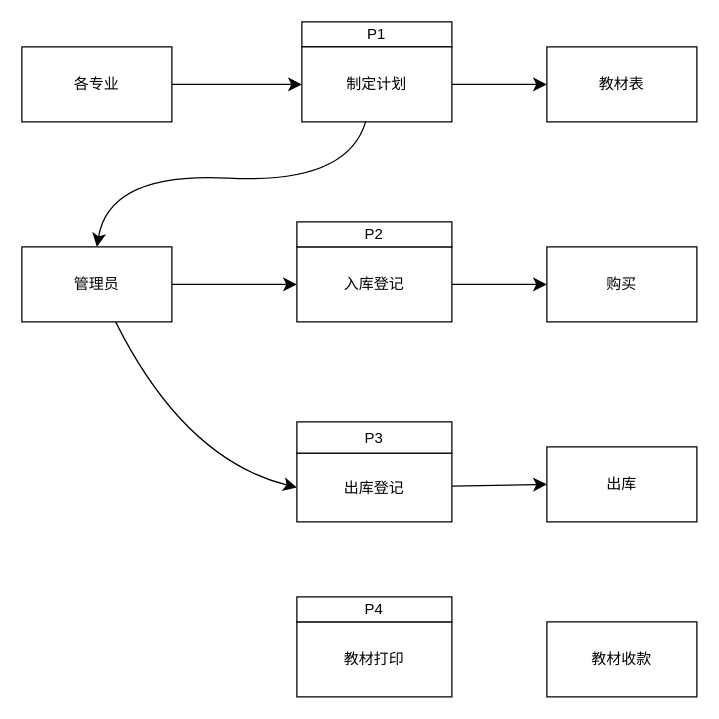
Above: sjkprocess.drawio in dinduck/draw.io (draw.io), before the change. Source tidied: cells renumbered, new cells numbered last; positions are measured from the earlier drawing's top-left corner, leaving out a move shared by most shapes. Both pictures are drawn from the tidied source at 125%, with x=0, y=0 at pixel (21, 21).
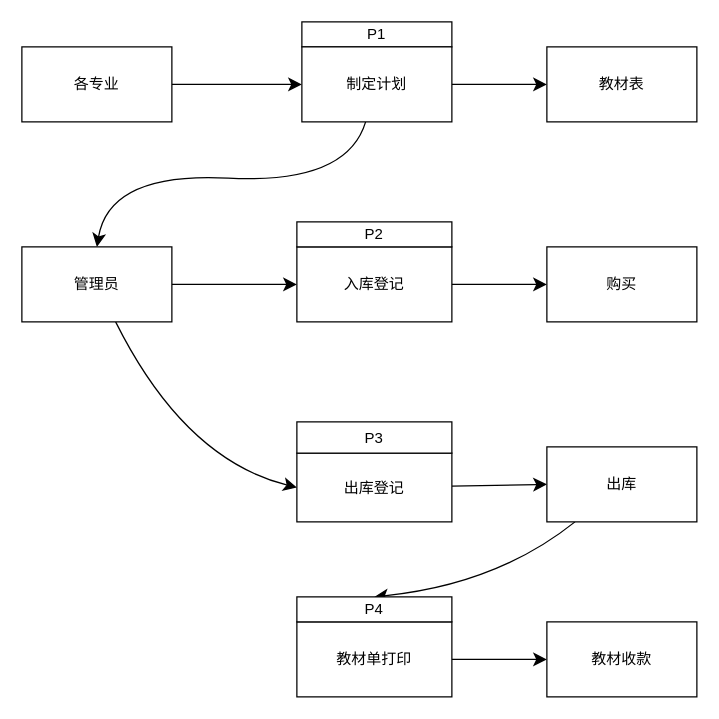
The same page after the edit.

The change refers to these unchanged cells:
```xml
<mxCell id="19" value="出库" style="rounded=0;whiteSpace=wrap;html=1;" parent="1" vertex="1">
  <mxGeometry x="420" y="340" width="120" height="60" as="geometry" />
</mxCell>
<mxCell id="21" value="P4" style="rounded=0;whiteSpace=wrap;html=1;" parent="1" vertex="1">
  <mxGeometry x="220" y="460" width="124" height="20" as="geometry" />
</mxCell>
<mxCell id="22" value="教材收款" style="rounded=0;whiteSpace=wrap;html=1;" parent="1" vertex="1">
  <mxGeometry x="420" y="480" width="120" height="60" as="geometry" />
</mxCell>
```

What changed in the source:
```diff
@@
+    <mxCell id="23" style="edgeStyle=none;curved=1;rounded=0;jettySize=auto;html=1;entryX=0.5;entryY=0;entryDx=0;entryDy=0;fontSize=12;startSize=8;endSize=8;" parent="1" edge="1" source="19" target="21">
+      <mxGeometry relative="1" as="geometry">
+        <Array as="points">
+          <mxPoint x="380" y="450" />
+        </Array>
+      </mxGeometry>
+    </mxCell>
@@
+    <mxCell id="24" style="edgeStyle=none;curved=1;rounded=0;jettySize=auto;html=1;entryX=0;entryY=0.5;entryDx=0;entryDy=0;fontSize=12;startSize=8;endSize=8;" parent="1" edge="1" source="20" target="22">
+      <mxGeometry relative="1" as="geometry" />
+    </mxCell>
-    <mxCell id="20" value="教材打印" style="rounded=0;whiteSpace=wrap;html=1;" parent="1" vertex="1">
+    <mxCell id="20" value="教材单打印" style="rounded=0;whiteSpace=wrap;html=1;" parent="1" vertex="1">
       <mxGeometry x="220" y="480" width="124" height="60" as="geometry" />
     </mxCell>
```
